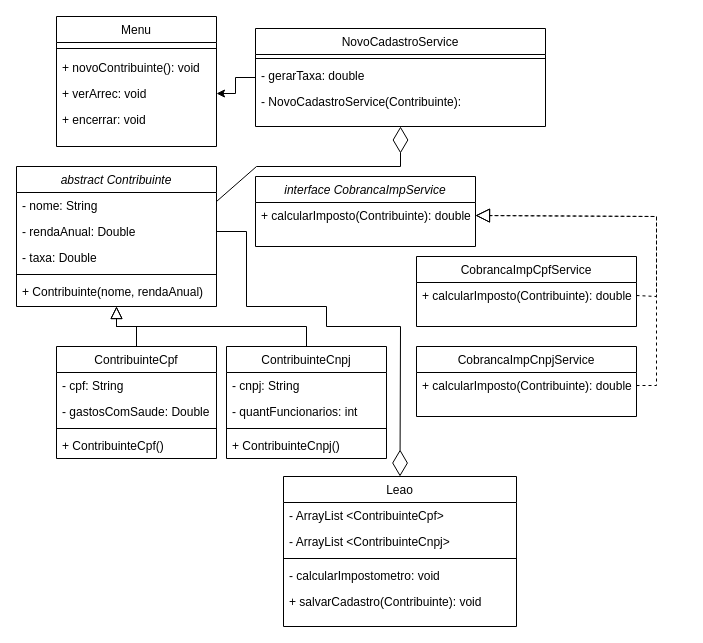
This is projetoLeao/out/production/projetoLeao/diagrams/UMLclassdiagram.drawio from psicodev0101/poobasicprojects, a draw.io file, before an edit. Source tidied: cells renumbered, new cells numbered last; positions are measured from the earlier drawing's top-left corner, leaving out a move shared by most shapes. Both pictures are drawn from the tidied source at 100%, with x=0, y=0 at pixel (16, 16).
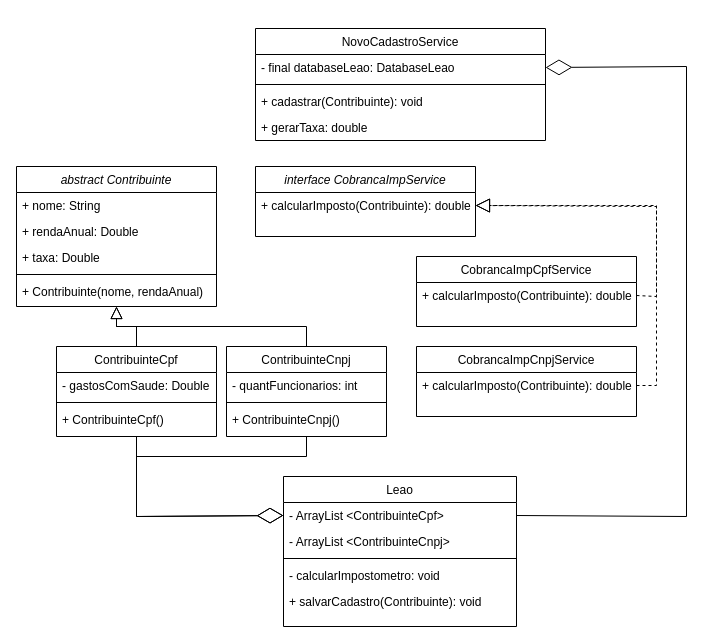
The same page after the edit.

Unchanged cells that the change refers to:
```xml
<mxCell id="2" value="abstract Contribuinte" style="swimlane;fontStyle=2;align=center;verticalAlign=top;horizontal=1;startSize=26;rounded=0;shadow=0;strokeWidth=1;" parent="1" vertex="1">
  <mxGeometry y="150" width="200" height="140" as="geometry" />
</mxCell>
<mxCell id="20" value="Leao" style="swimlane;fontStyle=0;align=center;verticalAlign=top;horizontal=1;startSize=26;rounded=0;shadow=0;strokeWidth=1;" parent="1" vertex="1">
  <mxGeometry x="267" y="460" width="233" height="150" as="geometry" />
</mxCell>
<mxCell id="21" value="- ArrayList &lt;ContribuinteCpf&gt;" style="text;align=left;verticalAlign=top;spacingLeft=4;spacingRight=4;overflow=hidden;points=[[0,0.5],[1,0.5]];portConstraint=eastwest;" parent="20" vertex="1">
  <mxGeometry y="26" width="233" height="26" as="geometry" />
</mxCell>
<mxCell id="33" value="+ calcularImposto(Contribuinte): double" style="text;align=left;verticalAlign=top;spacingLeft=4;spacingRight=4;overflow=hidden;points=[[0,0.5],[1,0.5]];portConstraint=eastwest;" parent="32" vertex="1">
  <mxGeometry y="26" width="220" height="26" as="geometry" />
</mxCell>
<mxCell id="41" value="+ calcularImposto(Contribuinte): double" style="text;align=left;verticalAlign=top;spacingLeft=4;spacingRight=4;overflow=hidden;points=[[0,0.5],[1,0.5]];portConstraint=eastwest;" parent="40" vertex="1">
  <mxGeometry y="26" width="220" height="26" as="geometry" />
</mxCell>
<mxCell id="43" value="+ calcularImposto(Contribuinte): double" style="text;align=left;verticalAlign=top;spacingLeft=4;spacingRight=4;overflow=hidden;points=[[0,0.5],[1,0.5]];portConstraint=eastwest;" parent="42" vertex="1">
  <mxGeometry y="26" width="220" height="26" as="geometry" />
</mxCell>
```

What changed in the source:
```diff
@@
-    <mxCell id="3" value="- nome: String" style="text;align=left;verticalAlign=top;spacingLeft=4;spacingRight=4;overflow=hidden;" parent="2" vertex="1">
+    <mxCell id="3" value="+ nome: String" style="text;align=left;verticalAlign=top;spacingLeft=4;spacingRight=4;overflow=hidden;" parent="2" vertex="1">
       <mxGeometry y="26" width="200" height="26" as="geometry" />
     </mxCell>
-    <mxCell id="4" value="- rendaAnual: Double" style="text;align=left;verticalAlign=top;spacingLeft=4;spacingRight=4;overflow=hidden;points=[[0,0.5],[1,0.5]];portConstraint=eastwest;rounded=0;shadow=0;html=0;" parent="2" vertex="1">
+    <mxCell id="4" value="+ rendaAnual: Double" style="text;align=left;verticalAlign=top;spacingLeft=4;spacingRight=4;overflow=hidden;points=[[0,0.5],[1,0.5]];portConstraint=eastwest;rounded=0;shadow=0;html=0;" parent="2" vertex="1">
       <mxGeometry y="52" width="200" height="26" as="geometry" />
     </mxCell>
-    <mxCell id="5" value="- taxa: Double" style="text;align=left;verticalAlign=top;spacingLeft=4;spacingRight=4;overflow=hidden;rounded=0;shadow=0;html=0;" parent="2" vertex="1">
+    <mxCell id="5" value="+ taxa: Double" style="text;align=left;verticalAlign=top;spacingLeft=4;spacingRight=4;overflow=hidden;rounded=0;shadow=0;html=0;" parent="2" vertex="1">
       <mxGeometry y="78" width="200" height="26" as="geometry" />
     </mxCell>
@@
     <mxCell id="8" value="ContribuinteCpf" style="swimlane;fontStyle=0;align=center;verticalAlign=top;horizontal=1;startSize=26;rounded=0;shadow=0;strokeWidth=1;" parent="1" vertex="1">
-      <mxGeometry x="40" y="330" width="160" height="112" as="geometry" />
+      <mxGeometry x="40" y="330" width="160" height="90" as="geometry" />
     </mxCell>
-    <mxCell id="9" value="- cpf: String" style="text;align=left;verticalAlign=top;spacingLeft=4;spacingRight=4;overflow=hidden;" parent="8" vertex="1">
-      <mxGeometry y="26" width="160" height="26" as="geometry" />
-    </mxCell>
     <mxCell id="10" value="- gastosComSaude: Double" style="text;align=left;verticalAlign=top;spacingLeft=4;spacingRight=4;overflow=hidden;" parent="8" vertex="1">
-      <mxGeometry y="52" width="160" height="26" as="geometry" />
+      <mxGeometry y="26" width="160" height="26" as="geometry" />
     </mxCell>
     <mxCell id="11" style="line;html=1;strokeWidth=1;align=left;verticalAlign=middle;spacingTop=-1;spacingLeft=3;spacingRight=3;labelPosition=right;" parent="8" vertex="1">
-      <mxGeometry y="78" width="160" height="8" as="geometry" />
+      <mxGeometry y="52" width="160" height="8" as="geometry" />
     </mxCell>
     <mxCell id="12" value="+ ContribuinteCpf()" style="text;align=left;verticalAlign=top;spacingLeft=4;spacingRight=4;overflow=hidden;" parent="8" vertex="1">
-      <mxGeometry y="86" width="160" height="26" as="geometry" />
+      <mxGeometry y="60" width="160" height="26" as="geometry" />
     </mxCell>
@@
     <mxCell id="14" value="ContribuinteCnpj" style="swimlane;fontStyle=0;align=center;verticalAlign=top;horizontal=1;startSize=26;rounded=0;shadow=0;strokeWidth=1;" parent="1" vertex="1">
-      <mxGeometry x="210" y="330" width="160" height="112" as="geometry" />
+      <mxGeometry x="210" y="330" width="160" height="90" as="geometry" />
     </mxCell>
-    <mxCell id="15" value="- cnpj: String" style="text;align=left;verticalAlign=top;spacingLeft=4;spacingRight=4;overflow=hidden;" parent="14" vertex="1">
-      <mxGeometry y="26" width="160" height="26" as="geometry" />
-    </mxCell>
     <mxCell id="16" value="- quantFuncionarios: int" style="text;align=left;verticalAlign=top;spacingLeft=4;spacingRight=4;overflow=hidden;" parent="14" vertex="1">
-      <mxGeometry y="52" width="160" height="26" as="geometry" />
+      <mxGeometry y="26" width="160" height="26" as="geometry" />
     </mxCell>
     <mxCell id="17" style="line;html=1;strokeWidth=1;align=left;verticalAlign=middle;spacingTop=-1;spacingLeft=3;spacingRight=3;labelPosition=right;" parent="14" vertex="1">
-      <mxGeometry y="78" width="160" height="8" as="geometry" />
+      <mxGeometry y="52" width="160" height="8" as="geometry" />
     </mxCell>
     <mxCell id="18" value="+ ContribuinteCnpj()" style="text;align=left;verticalAlign=top;spacingLeft=4;spacingRight=4;overflow=hidden;" parent="14" vertex="1">
-      <mxGeometry y="86" width="160" height="26" as="geometry" />
+      <mxGeometry y="60" width="160" height="26" as="geometry" />
     </mxCell>
@@
-    <mxCell id="26" style="endArrow=diamondThin;endFill=0;endSize=24;html=1;rounded=0;entryX=0.5;entryY=0;entryDx=0;entryDy=0;exitX=1;exitY=0.5;exitDx=0;exitDy=0;" parent="1" edge="1" source="4" target="20">
-      <mxGeometry relative="1" as="geometry">
-        <Array as="points">
-          <mxPoint x="230" y="215" />
-          <mxPoint x="230" y="290" />
-          <mxPoint x="310" y="290" />
-          <mxPoint x="310" y="310" />
-          <mxPoint x="384" y="310" />
-        </Array>
-      </mxGeometry>
-    </mxCell>
-    <mxCell id="27" value="Menu" style="swimlane;fontStyle=0;align=center;verticalAlign=top;horizontal=1;startSize=26;rounded=0;shadow=0;strokeWidth=1;" parent="1" vertex="1">
-      <mxGeometry x="40" width="160" height="130" as="geometry" />
-    </mxCell>
-    <mxCell id="28" style="line;html=1;strokeWidth=1;align=left;verticalAlign=middle;spacingTop=-1;spacingLeft=3;spacingRight=3;labelPosition=right;" parent="27" vertex="1">
-      <mxGeometry y="26" width="160" height="12" as="geometry" />
-    </mxCell>
-    <mxCell id="29" value="+ novoContribuinte(): void&#10;" style="text;align=left;verticalAlign=top;spacingLeft=4;spacingRight=4;overflow=hidden;" parent="27" vertex="1">
-      <mxGeometry y="38" width="160" height="26" as="geometry" />
-    </mxCell>
-    <mxCell id="30" value="+ verArrec: void&#10;&#10;" style="text;align=left;verticalAlign=top;spacingLeft=4;spacingRight=4;overflow=hidden;points=[[0,0.5],[1,0.5]];portConstraint=eastwest;" parent="27" vertex="1">
-      <mxGeometry y="64" width="160" height="26" as="geometry" />
-    </mxCell>
-    <mxCell id="31" value="+ encerrar: void&#10;&#10;" style="text;align=left;verticalAlign=top;spacingLeft=4;spacingRight=4;overflow=hidden;" parent="27" vertex="1">
-      <mxGeometry y="90" width="160" height="30" as="geometry" />
-    </mxCell>
     <mxCell id="32" value="interface CobrancaImpService" style="swimlane;fontStyle=2;align=center;verticalAlign=top;horizontal=1;startSize=26;rounded=0;shadow=0;strokeWidth=1;" parent="1" vertex="1">
-      <mxGeometry x="239" y="160" width="220" height="70" as="geometry" />
+      <mxGeometry x="239" y="150" width="220" height="70" as="geometry" />
     </mxCell>
@@
-    <mxCell id="34" style="edgeStyle=orthogonalEdgeStyle;rounded=0;jettySize=auto;html=1;entryX=1;entryY=0.5;entryDx=0;entryDy=0;" parent="1" edge="1" source="35" target="30">
-      <mxGeometry relative="1" as="geometry" />
-    </mxCell>
     <mxCell id="35" value="NovoCadastroService" style="swimlane;fontStyle=0;align=center;verticalAlign=top;horizontal=1;startSize=26;rounded=0;shadow=0;strokeWidth=1;" parent="1" vertex="1">
-      <mxGeometry x="239" y="12" width="290" height="98" as="geometry" />
+      <mxGeometry x="239" y="12" width="290" height="112" as="geometry" />
     </mxCell>
+    <mxCell id="46" value="- final databaseLeao: DatabaseLeao" style="text;align=left;verticalAlign=top;spacingLeft=4;spacingRight=4;overflow=hidden;points=[[0,0.5],[1,0.5]];portConstraint=eastwest;rounded=0;shadow=0;html=0;" parent="35" vertex="1">
+      <mxGeometry y="26" width="290" height="26" as="geometry" />
+    </mxCell>
     <mxCell id="36" style="line;html=1;strokeWidth=1;align=left;verticalAlign=middle;spacingTop=-1;spacingLeft=3;spacingRight=3;labelPosition=right;" parent="35" vertex="1">
-      <mxGeometry y="26" width="290" height="8" as="geometry" />
+      <mxGeometry y="52" width="290" height="8" as="geometry" />
     </mxCell>
+    <mxCell id="38" value="+ cadastrar(Contribuinte): void" style="text;align=left;verticalAlign=top;spacingLeft=4;spacingRight=4;overflow=hidden;rounded=0;shadow=0;html=0;" parent="35" vertex="1">
+      <mxGeometry y="60" width="290" height="26" as="geometry" />
+    </mxCell>
-    <mxCell id="37" value="- gerarTaxa: double" style="text;align=left;verticalAlign=top;spacingLeft=4;spacingRight=4;overflow=hidden;rounded=0;shadow=0;html=0;" parent="35" vertex="1">
-      <mxGeometry y="34" width="290" height="26" as="geometry" />
+    <mxCell id="37" value="+ gerarTaxa: double" style="text;align=left;verticalAlign=top;spacingLeft=4;spacingRight=4;overflow=hidden;rounded=0;shadow=0;html=0;" parent="35" vertex="1">
+      <mxGeometry y="86" width="290" height="26" as="geometry" />
     </mxCell>
-    <mxCell id="38" value="- NovoCadastroService(Contribuinte): " style="text;align=left;verticalAlign=top;spacingLeft=4;spacingRight=4;overflow=hidden;rounded=0;shadow=0;html=0;" parent="35" vertex="1">
-      <mxGeometry y="60" width="290" height="26" as="geometry" />
-    </mxCell>
-    <mxCell id="39" style="endArrow=diamondThin;endFill=0;endSize=24;html=1;rounded=0;exitX=1;exitY=0.25;exitDx=0;exitDy=0;entryX=0.5;entryY=1;entryDx=0;entryDy=0;" parent="1" edge="1" source="2" target="35">
-      <mxGeometry relative="1" as="geometry">
-        <Array as="points">
-          <mxPoint x="240" y="150" />
-          <mxPoint x="384" y="150" />
-        </Array>
-      </mxGeometry>
-    </mxCell>
@@
     <mxCell id="44" style="endArrow=block;dashed=1;endFill=0;endSize=12;html=1;rounded=0;exitX=1;exitY=0.5;exitDx=0;exitDy=0;entryX=1;entryY=0.5;entryDx=0;entryDy=0;" parent="1" edge="1" source="41" target="33">
       <mxGeometry relative="1" as="geometry">
         <Array as="points">
           <mxPoint x="640" y="280" />
-          <mxPoint x="640" y="200" />
+          <mxPoint x="640" y="189" />
         </Array>
       </mxGeometry>
     </mxCell>
     <mxCell id="45" style="endArrow=block;dashed=1;endFill=0;endSize=12;html=1;rounded=0;entryX=1;entryY=0.5;entryDx=0;entryDy=0;exitX=1;exitY=0.5;exitDx=0;exitDy=0;" parent="1" edge="1" source="43" target="33">
       <mxGeometry relative="1" as="geometry">
         <Array as="points">
           <mxPoint x="640" y="369" />
           <mxPoint x="640" y="280" />
-          <mxPoint x="640" y="200" />
+          <mxPoint x="640" y="190" />
         </Array>
       </mxGeometry>
     </mxCell>
+    <mxCell id="47" style="endArrow=diamondThin;endFill=0;endSize=24;html=1;rounded=0;exitX=0.5;exitY=1;exitDx=0;exitDy=0;entryX=0;entryY=0.5;entryDx=0;entryDy=0;" parent="1" edge="1" source="8" target="21">
+      <mxGeometry relative="1" as="geometry">
+        <Array as="points">
+          <mxPoint x="120" y="500" />
+        </Array>
+      </mxGeometry>
+    </mxCell>
+    <mxCell id="48" style="endArrow=diamondThin;endFill=0;endSize=24;html=1;rounded=0;exitX=0.5;exitY=1;exitDx=0;exitDy=0;entryX=0;entryY=0.5;entryDx=0;entryDy=0;" parent="1" edge="1" source="14" target="21">
+      <mxGeometry relative="1" as="geometry">
+        <Array as="points">
+          <mxPoint x="290" y="440" />
+          <mxPoint x="120" y="440" />
+          <mxPoint x="120" y="500" />
+        </Array>
+      </mxGeometry>
+    </mxCell>
+    <mxCell id="49" style="endArrow=diamondThin;endFill=0;endSize=24;html=1;rounded=0;exitX=1;exitY=0.5;exitDx=0;exitDy=0;entryX=1;entryY=0.5;entryDx=0;entryDy=0;" parent="1" edge="1" source="21" target="46">
+      <mxGeometry relative="1" as="geometry">
+        <Array as="points">
+          <mxPoint x="670" y="500" />
+          <mxPoint x="670" y="50" />
+        </Array>
+      </mxGeometry>
+    </mxCell>
```
